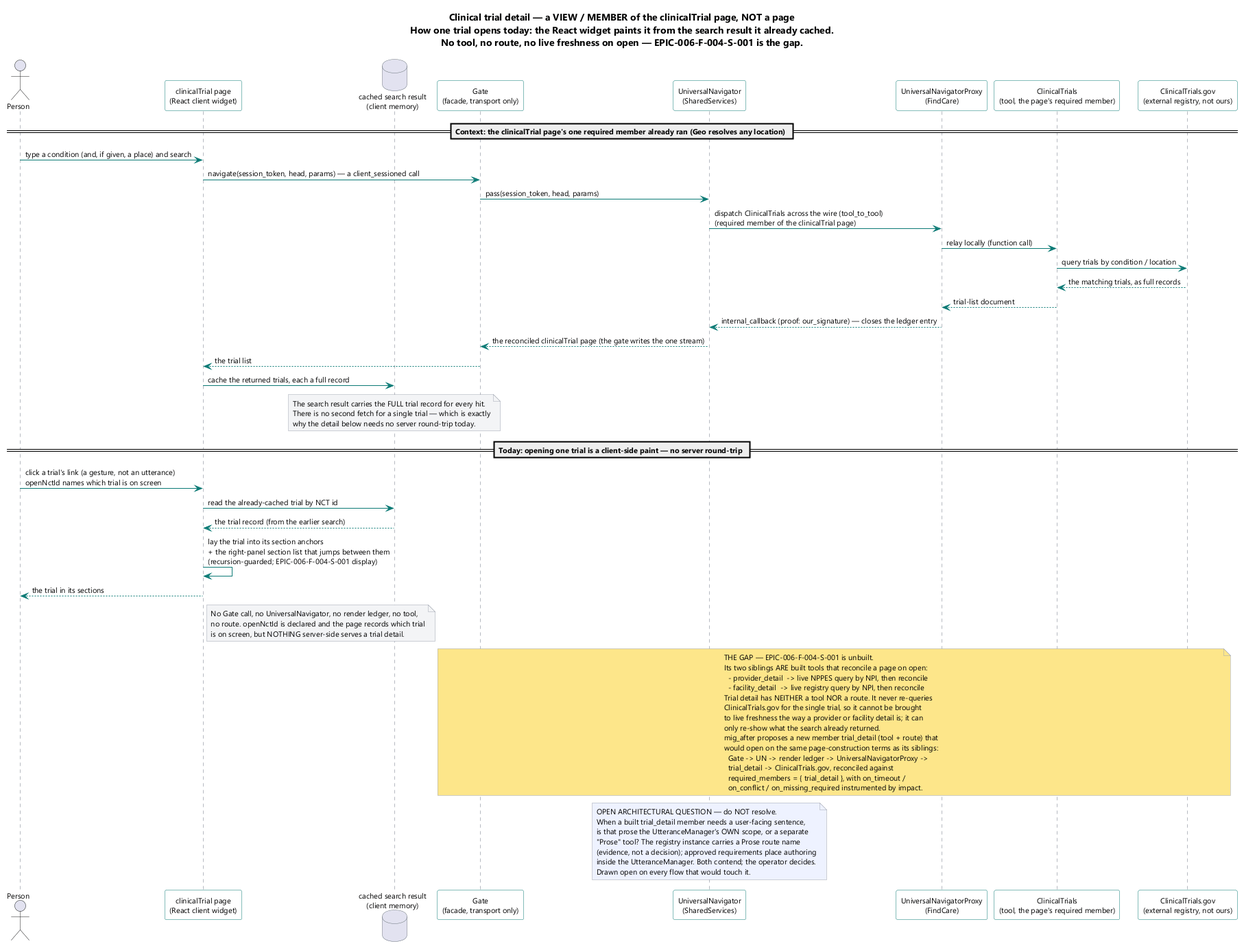
This is brain/machine_artifacts/diagramsAndImages/rendered/flow_page_clinical_trial_detail.png from SkipSnow/ChatHealthyRepo, a PlantUML export, as it was before one commit.
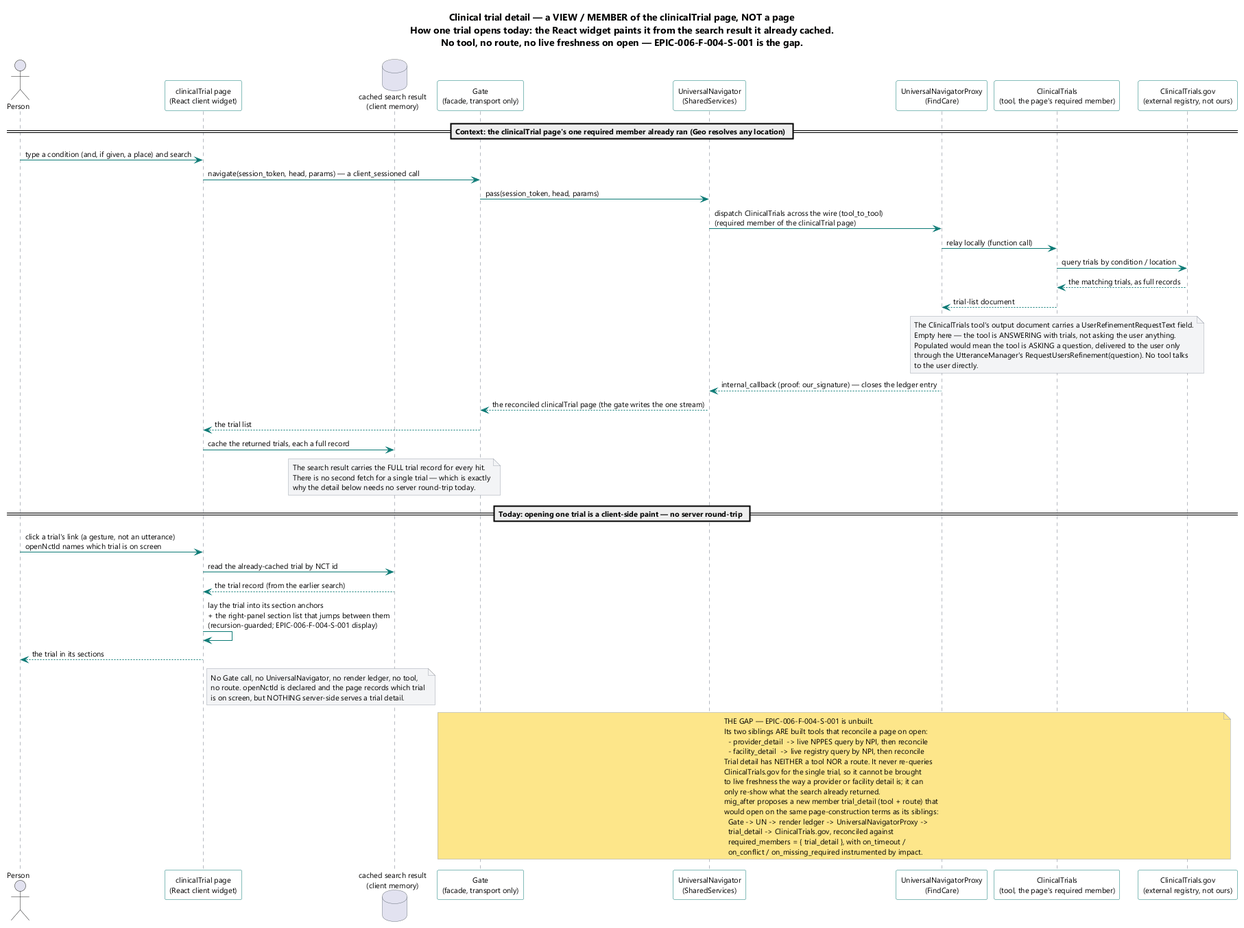
The same diagram one commit later.

Diff of the diagram source:
```diff
@@ -30,6 +30,13 @@
 CT -> CTG : query trials by condition / location
 CTG --> CT : the matching trials, as full records
 CT --> PXY : trial-list document
+note over CT
+  The ClinicalTrials tool's output document carries a UserRefinementRequestText field.
+  Empty here — the tool is ANSWERING with trials, not asking the user anything.
+  Populated would mean the tool is ASKING a question, delivered to the user only
+  through the UtteranceManager's RequestUsersRefinement(question). No tool talks
+  to the user directly.
+end note
 PXY --> UN : internal_callback (proof: our_signature) — closes the ledger entry
 UN --> GATE : the reconciled clinicalTrial page (the gate writes the one stream)
 GATE --> PAGE : the trial list
@@ -69,14 +76,4 @@
     on_conflict / on_missing_required instrumented by impact.
 end note
 
-note over UN #eef2ff
-  OPEN ARCHITECTURAL QUESTION — do NOT resolve.
-  When a built trial_detail member needs a user-facing sentence,
-  is that prose the UtteranceManager's OWN scope, or a separate
-  "Prose" tool? The registry instance carries a Prose route name
-  (evidence, not a decision); approved requirements place authoring
-  inside the UtteranceManager. Both contend; the operator decides.
-  Drawn open on every flow that would touch it.
-end note
-
 @enduml
```
